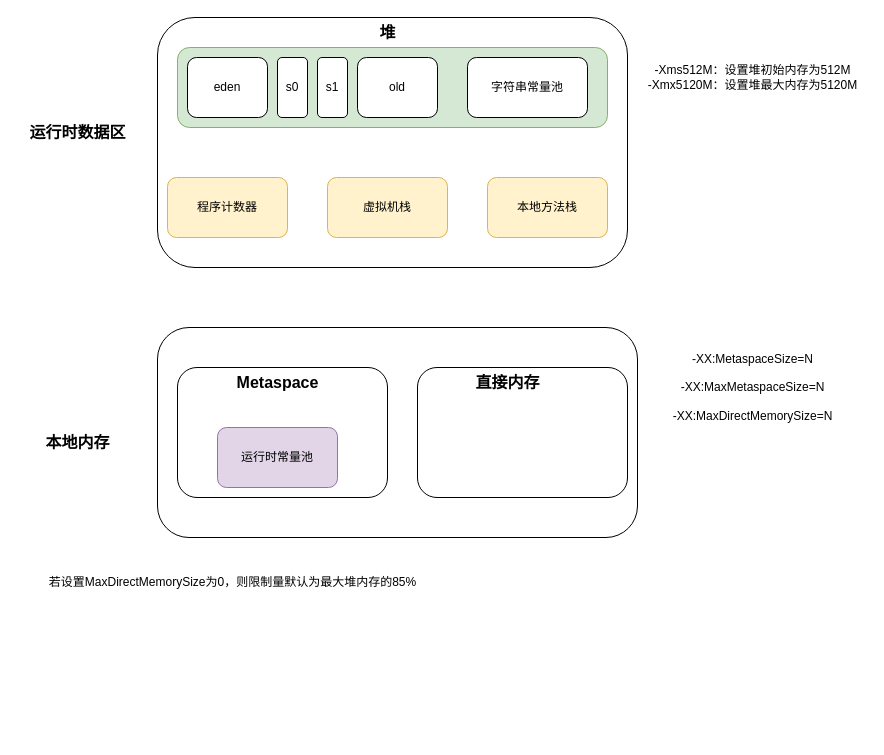
The draw.io diagram JMM.drawio in pxy0601/diagram, before the edit. Source tidied: cells renumbered, new cells numbered last; positions are measured from the earlier drawing's top-left corner, leaving out a move shared by most shapes. Both pictures are drawn from the tidied source at 100%, with x=0, y=0 at pixel (17, 17).
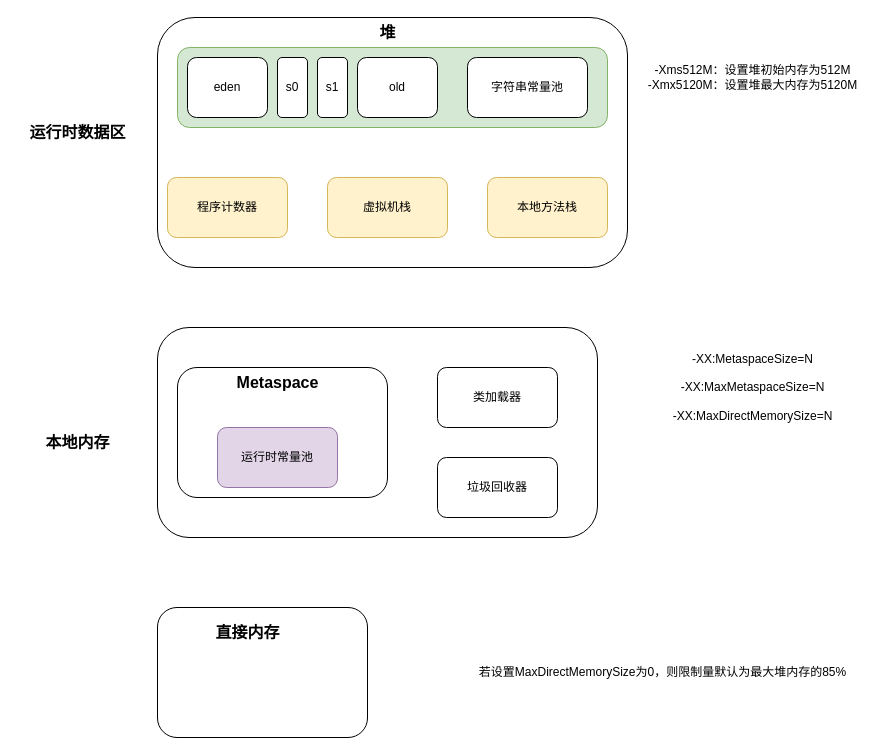
The same diagram, later.

The edit, as a diff of the source:
```diff
@@
     <mxCell id="14" style="rounded=1;whiteSpace=wrap;html=1;" parent="1" vertex="1">
-      <mxGeometry x="140" y="310" width="480" height="210" as="geometry" />
+      <mxGeometry x="140" y="310" width="440" height="210" as="geometry" />
     </mxCell>
@@
-    <mxCell id="19" style="rounded=1;whiteSpace=wrap;html=1;" parent="1" vertex="1">
-      <mxGeometry x="400" y="350" width="210" height="130" as="geometry" />
-    </mxCell>
-    <mxCell id="20" value="直接内存" style="text;html=1;align=center;verticalAlign=middle;strokeColor=none;fillColor=none;fontStyle=1;fontSize=16;" parent="1" vertex="1">
-      <mxGeometry x="445" y="350" width="90" height="30" as="geometry" />
-    </mxCell>
@@
     <mxCell id="23" value="若设置MaxDirectMemorySize为0，则限制量默认为最大堆内存的85%" style="text;html=1;align=center;verticalAlign=middle;strokeColor=none;fillColor=none;" parent="1" vertex="1">
-      <mxGeometry x="20" y="550" width="390" height="30" as="geometry" />
+      <mxGeometry x="450" y="640" width="390" height="30" as="geometry" />
     </mxCell>
+    <mxCell id="24" style="group;" parent="1" vertex="1">
+      <mxGeometry x="140" y="590" width="210" height="130" as="geometry" />
+    </mxCell>
+    <mxCell id="19" style="rounded=1;whiteSpace=wrap;html=1;" parent="24" vertex="1">
+      <mxGeometry width="210" height="130" as="geometry" />
+    </mxCell>
+    <mxCell id="20" value="直接内存" style="text;html=1;align=center;verticalAlign=middle;strokeColor=none;fillColor=none;fontStyle=1;fontSize=16;" parent="24" vertex="1">
+      <mxGeometry x="45" y="10" width="90" height="30" as="geometry" />
+    </mxCell>
+    <mxCell id="25" value="类加载器" style="rounded=1;whiteSpace=wrap;html=1;" parent="1" vertex="1">
+      <mxGeometry x="420" y="350" width="120" height="60" as="geometry" />
+    </mxCell>
+    <mxCell id="26" value="垃圾回收器" style="rounded=1;whiteSpace=wrap;html=1;" parent="1" vertex="1">
+      <mxGeometry x="420" y="440" width="120" height="60" as="geometry" />
+    </mxCell>
```
